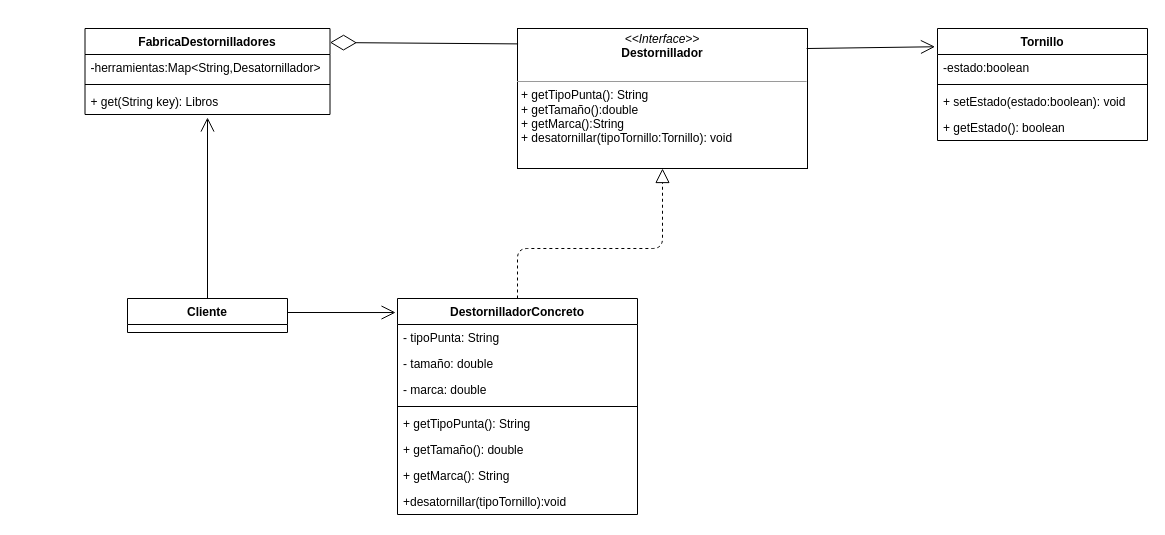
This is Flyweigth/Flyweigth.drawio from spaezsuarez/Modelos-de-Programacion-Patrones-de-Dise-o-, a draw.io file, before an edit. Source tidied: cells renumbered, new cells numbered last; positions are measured from the earlier drawing's top-left corner, leaving out a move shared by most shapes. Both pictures are drawn from the tidied source at 100%, with x=0, y=0 at pixel (85, 28).
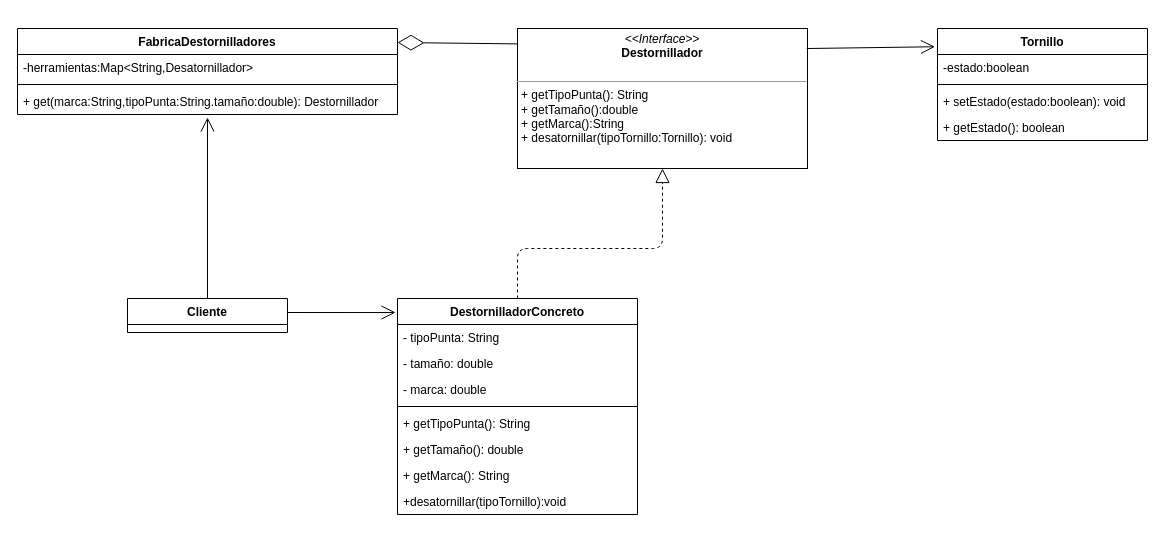
After the change.

The change refers to these unchanged cells:
```xml
<mxCell id="2" value="&lt;p style=&quot;margin: 0px ; margin-top: 4px ; text-align: center&quot;&gt;&lt;i&gt;&amp;lt;&amp;lt;Interface&amp;gt;&amp;gt;&lt;/i&gt;&lt;br&gt;&lt;b&gt;Destornillador&lt;/b&gt;&lt;/p&gt;&lt;p style=&quot;margin: 0px ; margin-left: 4px&quot;&gt;&lt;br&gt;&lt;/p&gt;&lt;hr size=&quot;1&quot;&gt;&lt;p style=&quot;margin: 0px ; margin-left: 4px&quot;&gt;+ getTipoPunta(): String&lt;/p&gt;&lt;p style=&quot;margin: 0px ; margin-left: 4px&quot;&gt;+ getTamaño():double&lt;/p&gt;&lt;p style=&quot;margin: 0px ; margin-left: 4px&quot;&gt;+ getMarca():String&lt;br&gt;+ desatornillar(tipoTornillo:Tornillo): void&lt;/p&gt;" style="verticalAlign=top;align=left;overflow=fill;fontSize=12;fontFamily=Helvetica;html=1;" parent="1" vertex="1">
  <mxGeometry x="432" width="290" height="140" as="geometry" />
</mxCell>
<mxCell id="18" value="Tornillo" style="swimlane;fontStyle=1;align=center;verticalAlign=top;horizontal=1;startSize=26;" parent="1" vertex="1">
  <mxGeometry x="852" width="210" height="112" as="geometry" />
</mxCell>
```

What changed in the source:
```diff
@@
+    <mxCell id="17" style="endArrow=open;endFill=1;endSize=12;html=1;exitX=0.997;exitY=0.143;exitDx=0;exitDy=0;exitPerimeter=0;entryX=-0.012;entryY=0.163;entryDx=0;entryDy=0;entryPerimeter=0;" parent="1" edge="1" source="2" target="18">
+      <mxGeometry relative="1" as="geometry" />
+    </mxCell>
@@
-    <mxCell id="17" style="endArrow=open;endFill=1;endSize=12;html=1;exitX=0.997;exitY=0.143;exitDx=0;exitDy=0;exitPerimeter=0;entryX=-0.012;entryY=0.163;entryDx=0;entryDy=0;entryPerimeter=0;" parent="1" edge="1" source="2" target="18">
-      <mxGeometry relative="1" as="geometry" />
-    </mxCell>
@@
     <mxCell id="23" value="FabricaDestornilladores" style="swimlane;fontStyle=1;align=center;verticalAlign=top;horizontal=1;startSize=26;" parent="1" vertex="1">
-      <mxGeometry x="-0.5" width="245" height="86" as="geometry" />
+      <mxGeometry x="-68" width="380" height="86" as="geometry" />
     </mxCell>
     <mxCell id="24" value="-herramientas:Map&lt;String,Desatornillador&gt;" style="text;strokeColor=none;fillColor=none;align=left;verticalAlign=top;spacingLeft=4;spacingRight=4;overflow=hidden;" parent="23" vertex="1">
-      <mxGeometry y="26" width="245" height="26" as="geometry" />
+      <mxGeometry y="26" width="380" height="26" as="geometry" />
     </mxCell>
     <mxCell id="25" style="line;strokeWidth=1;fillColor=none;align=left;verticalAlign=middle;spacingTop=-1;spacingLeft=3;spacingRight=3;labelPosition=right;" parent="23" vertex="1">
-      <mxGeometry y="52" width="245" height="8" as="geometry" />
+      <mxGeometry y="52" width="380" height="8" as="geometry" />
     </mxCell>
-    <mxCell id="26" value="+ get(String key): Libros" style="text;strokeColor=none;fillColor=none;align=left;verticalAlign=top;spacingLeft=4;spacingRight=4;overflow=hidden;points=[[0,0.5],[1,0.5]];portConstraint=eastwest;" parent="23" vertex="1">
-      <mxGeometry y="60" width="245" height="26" as="geometry" />
+    <mxCell id="26" value="+ get(marca:String,tipoPunta:String.tamaño:double): Destornillador" style="text;strokeColor=none;fillColor=none;align=left;verticalAlign=top;spacingLeft=4;spacingRight=4;overflow=hidden;points=[[0,0.5],[1,0.5]];portConstraint=eastwest;" parent="23" vertex="1">
+      <mxGeometry y="60" width="380" height="26" as="geometry" />
     </mxCell>
```
